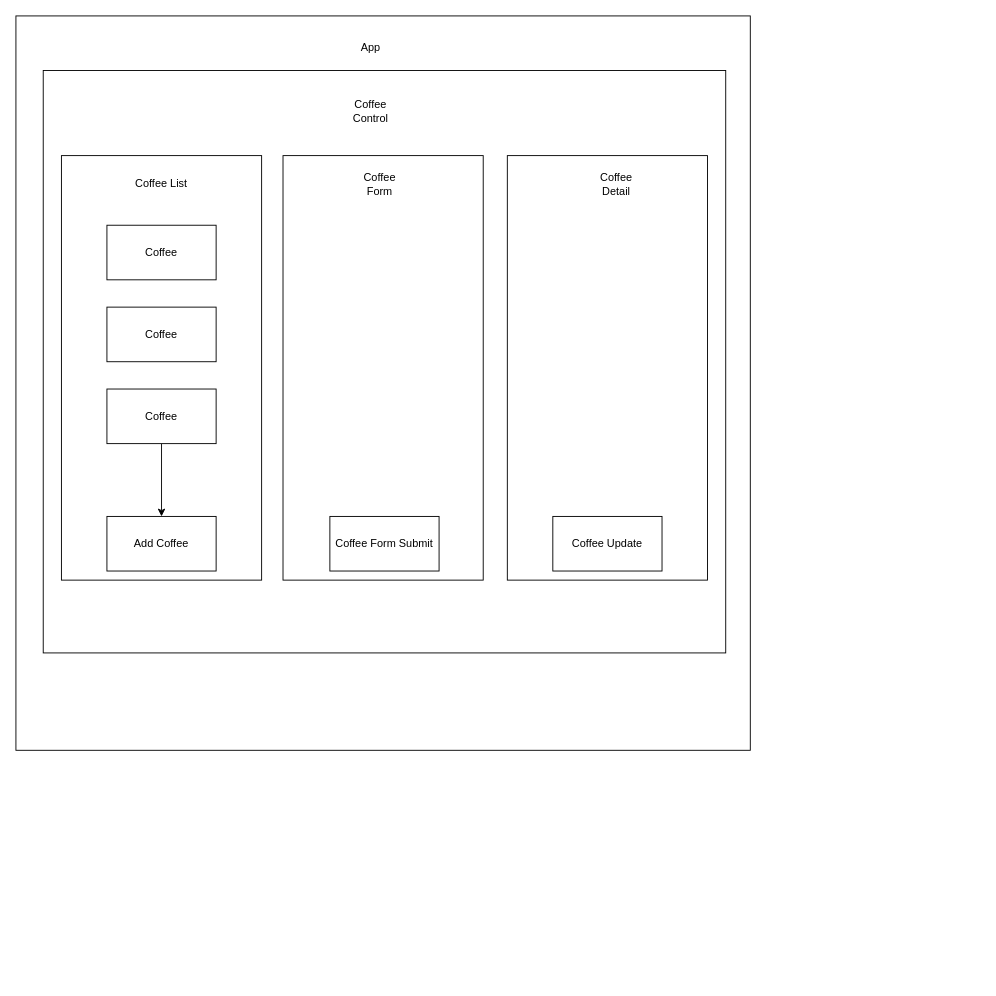
boboflofo/coffee keeps this draw.io diagram as public/Untitled Diagram.drawio. Above is the earlier version. Source tidied: cells renumbered, new cells numbered last; positions are measured from the earlier drawing's top-left corner, leaving out a move shared by most shapes. Both pictures are drawn from the tidied source at 91%, with x=0, y=0 at pixel (15, 15).
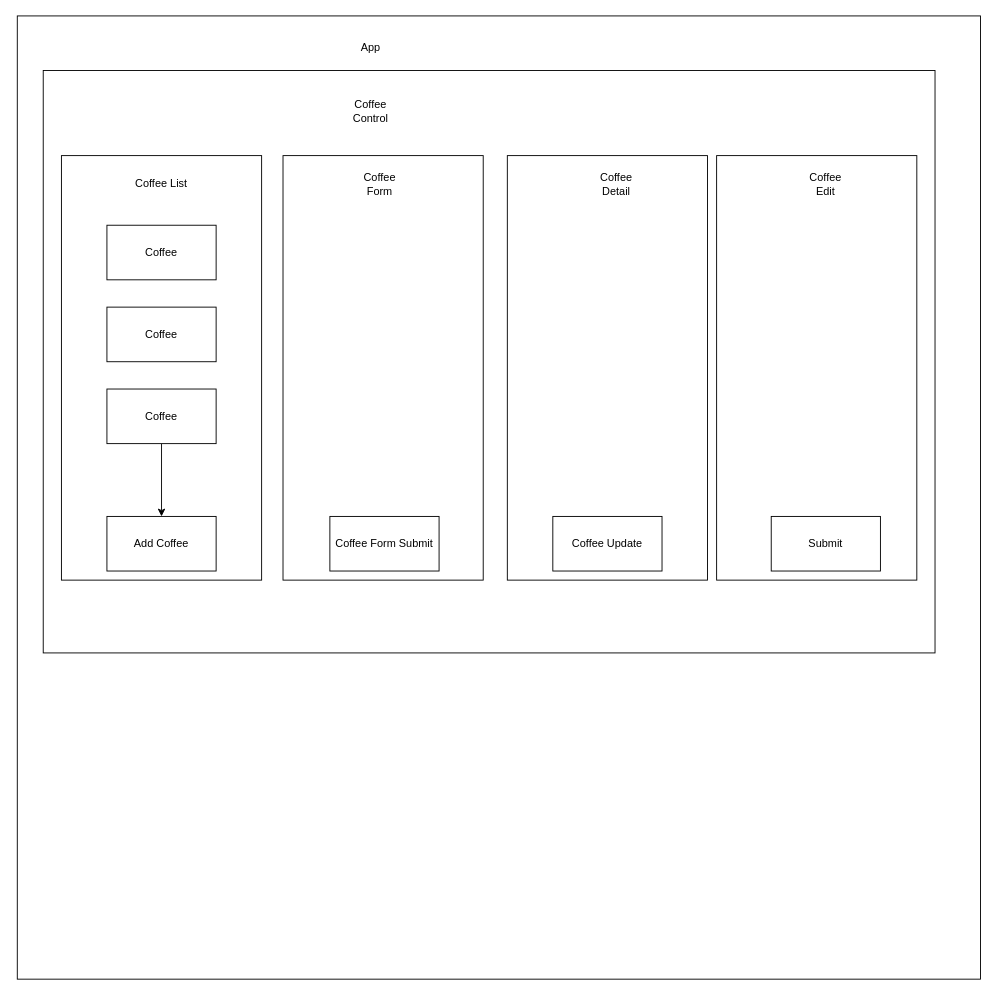
After the change.

Commit message:
Add Coffee edit section

The edit, as a diff of the source:
```diff
@@
     <mxCell id="2" style="whiteSpace=wrap;html=1;" parent="1" vertex="1">
-      <mxGeometry width="807" height="807" as="geometry" />
+      <mxGeometry x="1.5" width="1058.5" height="1058.5" as="geometry" />
     </mxCell>
@@
     <mxCell id="4" style="rounded=0;whiteSpace=wrap;html=1;" parent="1" vertex="1">
-      <mxGeometry x="30" y="60" width="750" height="640" as="geometry" />
+      <mxGeometry x="30" y="60" width="980" height="640" as="geometry" />
     </mxCell>
@@
+    <mxCell id="19" style="rounded=0;whiteSpace=wrap;html=1;" parent="1" vertex="1">
+      <mxGeometry x="770" y="153.5" width="220" height="466.5" as="geometry" />
+    </mxCell>
+    <mxCell id="20" value="Coffee Edit" style="text;strokeColor=none;align=center;fillColor=none;html=1;verticalAlign=middle;whiteSpace=wrap;rounded=0;" parent="1" vertex="1">
+      <mxGeometry x="860" y="170" width="60" height="30" as="geometry" />
+    </mxCell>
+    <mxCell id="21" value="Submit" style="rounded=0;whiteSpace=wrap;html=1;" parent="1" vertex="1">
+      <mxGeometry x="830" y="550" width="120" height="60" as="geometry" />
+    </mxCell>
```
